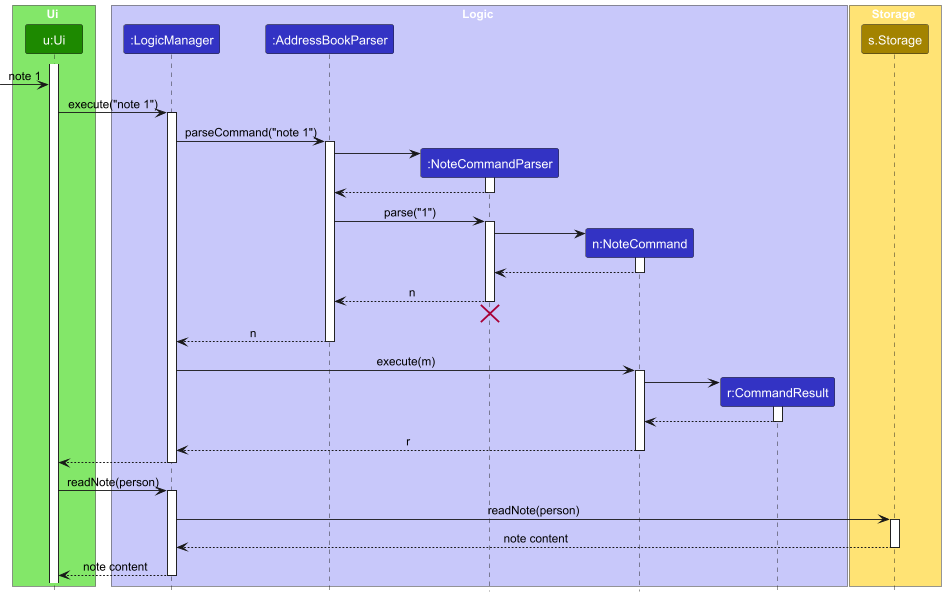
This is docs/images/NoteSequenceDiagram.png from AY2425S2-CS2103T-W13-1/tp, a PlantUML export, as it was before one commit.
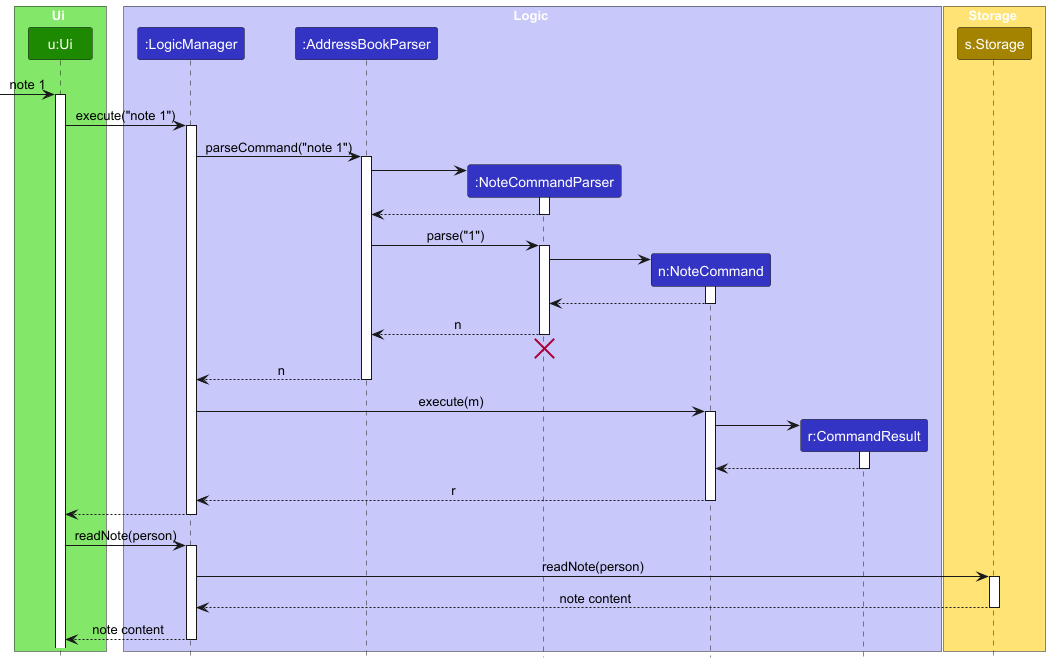
Later version of the same file.

Diff of the diagram source:
```diff
@@ -18,8 +18,8 @@
 participant "s.Storage" as Storage STORAGE_COLOR
 end box
 
+[-> Ui : note 1
 activate Ui
-[-> Ui : note 1
 
 Ui -> LogicManager : execute("note 1")
 activate LogicManager
```
